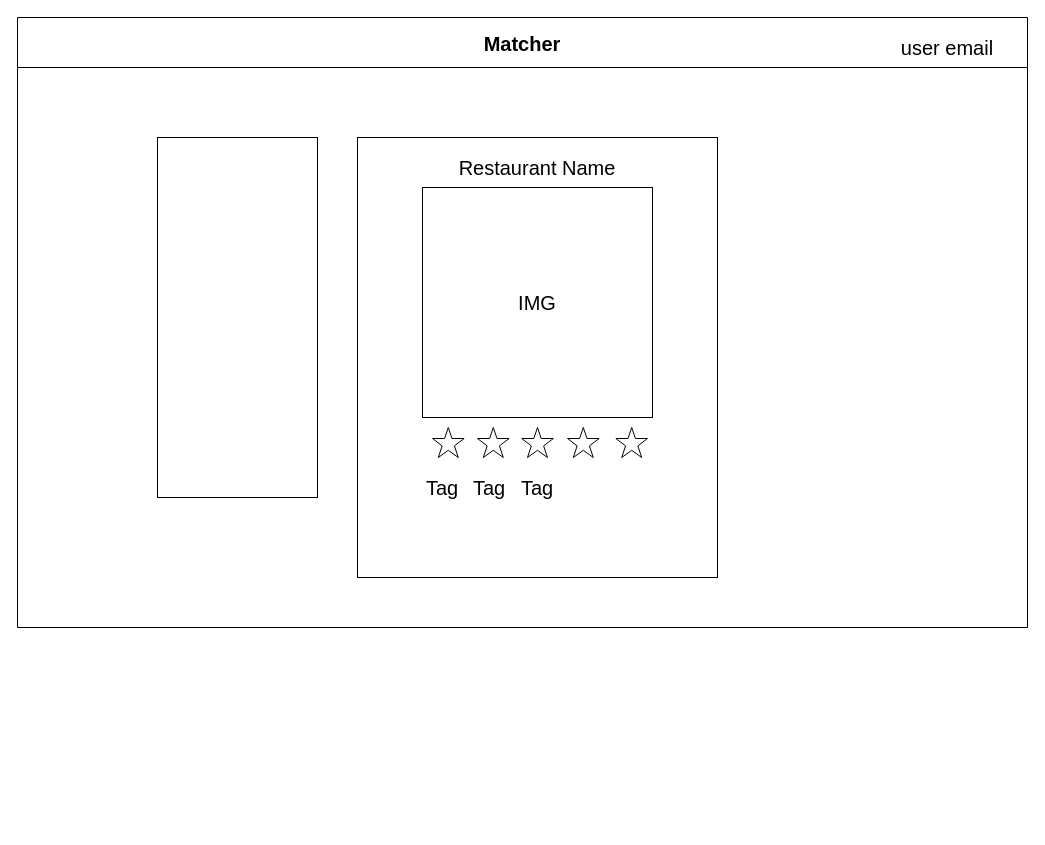
Earlier version of the draw.io diagram img/Untitled Diagram.drawio (DanteCrossCoding/matcher). Source tidied: cells renumbered, new cells numbered last; positions are measured from the earlier drawing's top-left corner, leaving out a move shared by most shapes. Both pictures are drawn from the tidied source at 100%, with x=0, y=0 at pixel (17, 17).
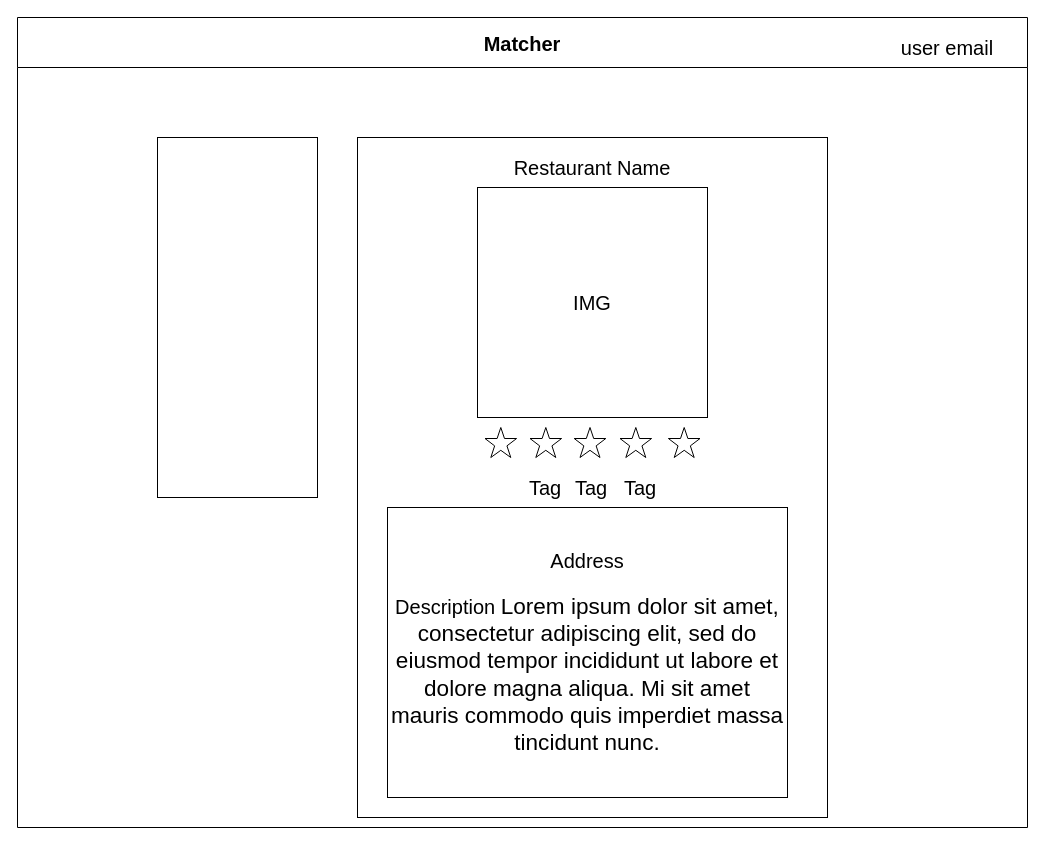
The same page after the edit.

The edit, as a diff of the source:
```diff
@@
 <mxGraphModel>
   <root>
     <mxCell id="0" />
     <mxCell id="1" parent="0" />
+    <mxCell id="5" style="rounded=0;whiteSpace=wrap;html=1;fontSize=20;" parent="1" vertex="1">
+      <mxGeometry x="340" y="120" width="470" height="680" as="geometry" />
+    </mxCell>
     <mxCell id="2" value="Matcher" style="swimlane;startSize=50;fontSize=20;" parent="1" vertex="1">
-      <mxGeometry width="1010" height="610" as="geometry" />
+      <mxGeometry width="1010" height="810" as="geometry" />
     </mxCell>
     <mxCell id="3" style="whiteSpace=wrap;html=1;fontSize=20;" parent="2" vertex="1">
       <mxGeometry x="140" y="120" width="160" height="360" as="geometry" />
     </mxCell>
     <mxCell id="4" value="user email" style="text;html=1;strokeColor=none;fillColor=none;align=center;verticalAlign=middle;whiteSpace=wrap;rounded=0;fontSize=20;" parent="2" vertex="1">
       <mxGeometry x="880" y="20" width="100" height="20" as="geometry" />
     </mxCell>
-    <mxCell id="5" style="rounded=0;whiteSpace=wrap;html=1;fontSize=20;" parent="1" vertex="1">
-      <mxGeometry x="340" y="120" width="360" height="440" as="geometry" />
-    </mxCell>
+    <mxCell id="16" value="&lt;p&gt;&lt;span style=&quot;background-color: rgb(255 , 255 , 255)&quot;&gt;Address&lt;/span&gt;&lt;/p&gt;&lt;p&gt;&lt;span style=&quot;background-color: rgb(255 , 255 , 255)&quot;&gt;Description&amp;nbsp;&lt;span style=&quot;font-size: 22.5625px&quot;&gt;Lorem ipsum dolor sit amet, consectetur adipiscing elit, sed do eiusmod tempor incididunt ut labore et dolore magna aliqua. Mi sit amet mauris commodo quis imperdiet massa tincidunt nunc.&lt;/span&gt;&lt;/span&gt;&lt;/p&gt;" style="text;html=1;align=center;verticalAlign=middle;whiteSpace=wrap;rounded=0;fontSize=20;strokeColor=#000000;" parent="2" vertex="1">
+      <mxGeometry x="370" y="490" width="400" height="290" as="geometry" />
+    </mxCell>
     <mxCell id="6" value="IMG" style="whiteSpace=wrap;html=1;fontSize=20;" parent="1" vertex="1">
-      <mxGeometry x="405" y="170" width="230" height="230" as="geometry" />
+      <mxGeometry x="460" y="170" width="230" height="230" as="geometry" />
     </mxCell>
     <mxCell id="7" value="Restaurant Name" style="text;html=1;strokeColor=none;fillColor=none;align=center;verticalAlign=middle;whiteSpace=wrap;rounded=0;fontSize=20;" parent="1" vertex="1">
-      <mxGeometry x="410" y="140" width="220" height="20" as="geometry" />
+      <mxGeometry x="465" y="140" width="220" height="20" as="geometry" />
     </mxCell>
     <mxCell id="8" style="verticalLabelPosition=bottom;verticalAlign=top;html=1;shape=mxgraph.basic.star;fontSize=20;" parent="1" vertex="1">
-      <mxGeometry x="415" y="410" width="31.6" height="30" as="geometry" />
+      <mxGeometry x="467.5" y="410" width="31.6" height="30" as="geometry" />
     </mxCell>
     <mxCell id="9" style="verticalLabelPosition=bottom;verticalAlign=top;html=1;shape=mxgraph.basic.star;fontSize=20;" parent="1" vertex="1">
-      <mxGeometry x="460" y="410" width="31.6" height="30" as="geometry" />
+      <mxGeometry x="512.5" y="410" width="31.6" height="30" as="geometry" />
     </mxCell>
     <mxCell id="10" style="verticalLabelPosition=bottom;verticalAlign=top;html=1;shape=mxgraph.basic.star;fontSize=20;" parent="1" vertex="1">
-      <mxGeometry x="504.2" y="410" width="31.6" height="30" as="geometry" />
+      <mxGeometry x="556.7" y="410" width="31.6" height="30" as="geometry" />
     </mxCell>
     <mxCell id="11" style="verticalLabelPosition=bottom;verticalAlign=top;html=1;shape=mxgraph.basic.star;fontSize=20;" parent="1" vertex="1">
-      <mxGeometry x="550" y="410" width="31.6" height="30" as="geometry" />
+      <mxGeometry x="602.5" y="410" width="31.6" height="30" as="geometry" />
     </mxCell>
     <mxCell id="12" style="verticalLabelPosition=bottom;verticalAlign=top;html=1;shape=mxgraph.basic.star;fontSize=20;" parent="1" vertex="1">
-      <mxGeometry x="598.4" y="410" width="31.6" height="30" as="geometry" />
+      <mxGeometry x="650.9" y="410" width="31.6" height="30" as="geometry" />
     </mxCell>
     <mxCell id="13" value="Tag" style="text;html=1;strokeColor=none;fillColor=none;align=center;verticalAlign=middle;whiteSpace=wrap;rounded=0;fontSize=20;" parent="1" vertex="1">
-      <mxGeometry x="405" y="460" width="40" height="20" as="geometry" />
+      <mxGeometry x="507.5" y="460" width="40" height="20" as="geometry" />
     </mxCell>
     <mxCell id="14" value="Tag" style="text;html=1;strokeColor=none;fillColor=none;align=center;verticalAlign=middle;whiteSpace=wrap;rounded=0;fontSize=20;" parent="1" vertex="1">
-      <mxGeometry x="451.6" y="460" width="40" height="20" as="geometry" />
+      <mxGeometry x="554.1" y="460" width="40" height="20" as="geometry" />
     </mxCell>
     <mxCell id="15" value="Tag" style="text;html=1;strokeColor=none;fillColor=none;align=center;verticalAlign=middle;whiteSpace=wrap;rounded=0;fontSize=20;" parent="1" vertex="1">
-      <mxGeometry x="500" y="460" width="40" height="20" as="geometry" />
+      <mxGeometry x="602.5" y="460" width="40" height="20" as="geometry" />
     </mxCell>
   </root>
 </mxGraphModel>
```
